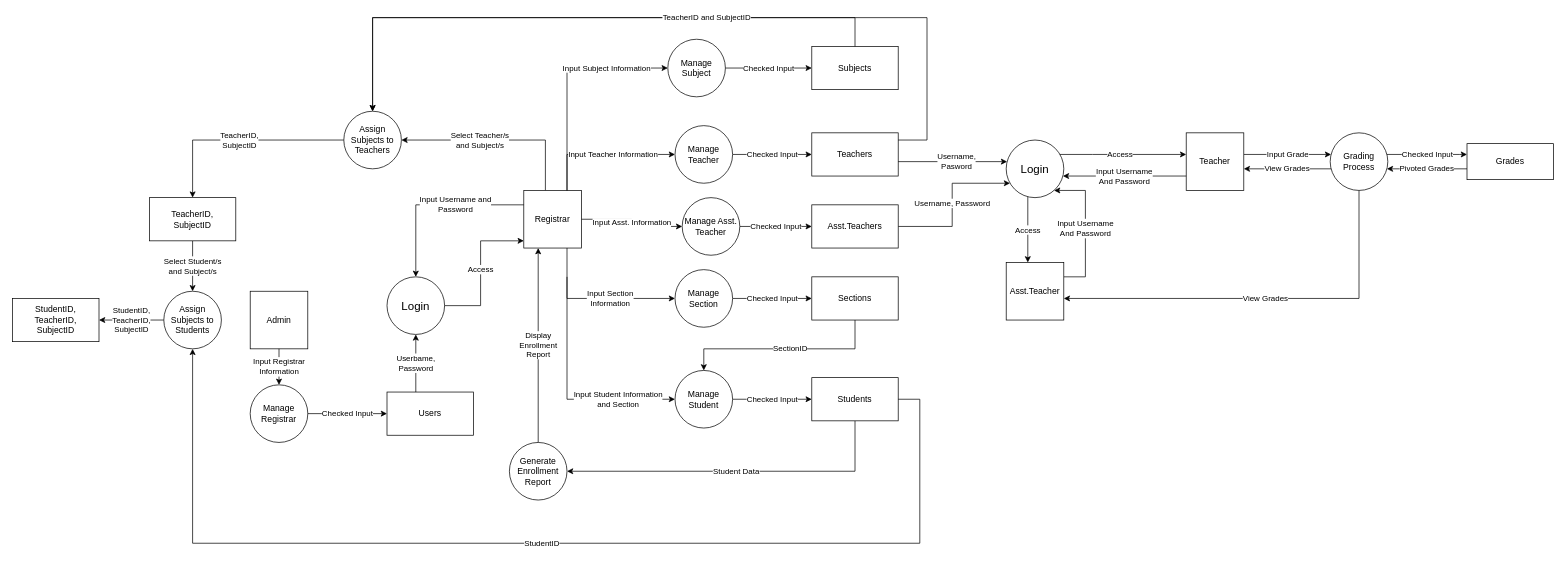
Earlier version of the draw.io diagram page "Data Flow Diagram" (5 of 6) of Documentation/Final_TP.drawio (vibarmiles/Grading-System). Source tidied: cells renumbered, new cells numbered last; positions are measured from the earlier drawing's top-left corner, leaving out a move shared by most shapes. Both pictures are drawn from the tidied source at 72%, with x=0, y=0 at pixel (12, 17).
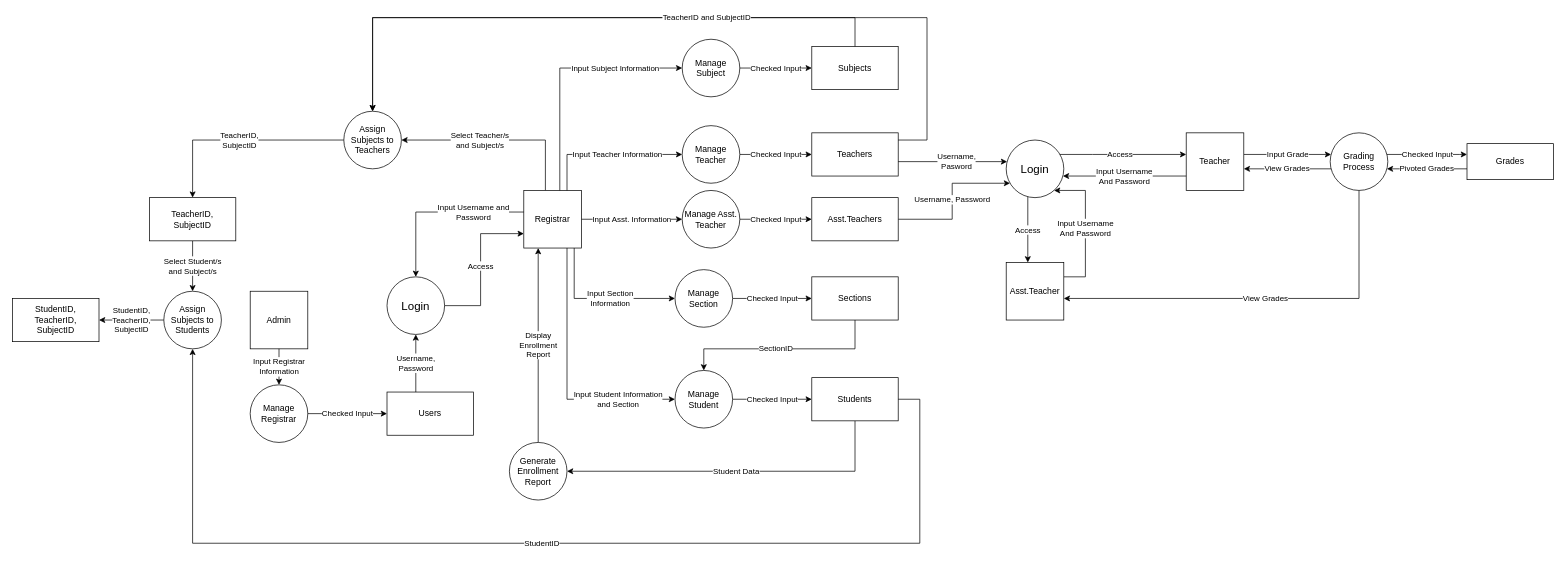
The same diagram, later.

The change refers to these unchanged cells:
```xml
<mxCell id="13" value="Registrar" style="whiteSpace=wrap;html=1;" parent="1" vertex="1">
  <mxGeometry x="710" y="240" width="80" height="80" as="geometry" />
</mxCell>
<mxCell id="23" value="Manage Section" style="ellipse;whiteSpace=wrap;html=1;" parent="1" vertex="1">
  <mxGeometry x="920" y="350" width="80" height="80" as="geometry" />
</mxCell>
<mxCell id="25" value="Manage Student" style="ellipse;whiteSpace=wrap;html=1;" parent="1" vertex="1">
  <mxGeometry x="920" y="490" width="80" height="80" as="geometry" />
</mxCell>
<mxCell id="30" value="Sections" style="whiteSpace=wrap;html=1;" parent="1" vertex="1">
  <mxGeometry x="1110" y="360" width="120" height="60" as="geometry" />
</mxCell>
<mxCell id="42" value="Login" style="ellipse;whiteSpace=wrap;html=1;fontSize=16;" parent="1" vertex="1">
  <mxGeometry x="1380" y="170" width="80" height="80" as="geometry" />
</mxCell>
<mxCell id="52" value="Users" style="whiteSpace=wrap;html=1;" parent="1" vertex="1">
  <mxGeometry x="520" y="520" width="120" height="60" as="geometry" />
</mxCell>
<mxCell id="54" value="Login" style="ellipse;whiteSpace=wrap;html=1;fontSize=16;" parent="1" vertex="1">
  <mxGeometry x="520" y="360" width="80" height="80" as="geometry" />
</mxCell>
```

The edit, as a diff of the source:
```diff
@@
     <mxCell id="12" value="Input Asst. Information" style="edgeStyle=orthogonalEdgeStyle;rounded=0;jettySize=auto;html=1;startArrow=none;startFill=0;endArrow=classic;endFill=1;entryX=0;entryY=0.5;entryDx=0;entryDy=0;" parent="1" edge="1" source="13" target="61">
-      <mxGeometry relative="1" as="geometry" />
+      <mxGeometry relative="1" as="geometry">
+        <Array as="points">
+          <mxPoint x="930" y="280" />
+        </Array>
+      </mxGeometry>
     </mxCell>
@@
     <mxCell id="15" value="Input Subject Information" style="edgeStyle=orthogonalEdgeStyle;rounded=0;jettySize=auto;html=1;entryX=0;entryY=0.5;entryDx=0;entryDy=0;" parent="1" edge="1" source="13" target="21">
       <mxGeometry x="0.45" relative="1" as="geometry">
         <Array as="points">
-          <mxPoint x="770" y="70" />
+          <mxPoint x="760" y="70" />
         </Array>
       </mxGeometry>
     </mxCell>
-    <mxCell id="16" value="Input Section &lt;br&gt;Information" style="rounded=0;jettySize=auto;html=1;edgeStyle=orthogonalEdgeStyle;" parent="1" edge="1" target="23">
-      <mxGeometry relative="1" as="geometry">
-        <mxPoint x="770" y="360" as="sourcePoint" />
+    <mxCell id="16" value="Input Section &lt;br&gt;Information" style="rounded=0;jettySize=auto;html=1;edgeStyle=orthogonalEdgeStyle;" parent="1" edge="1" source="13" target="23">
+      <mxGeometry x="0.14" relative="1" as="geometry">
         <Array as="points">
-          <mxPoint x="770" y="390" />
+          <mxPoint x="780" y="390" />
         </Array>
       </mxGeometry>
     </mxCell>
@@
     <mxCell id="19" value="Manage Teacher" style="ellipse;whiteSpace=wrap;html=1;" parent="1" vertex="1">
-      <mxGeometry x="920" y="150" width="80" height="80" as="geometry" />
+      <mxGeometry x="930" y="150" width="80" height="80" as="geometry" />
     </mxCell>
@@
     <mxCell id="21" value="Manage Subject" style="ellipse;whiteSpace=wrap;html=1;" parent="1" vertex="1">
-      <mxGeometry x="910" y="30" width="80" height="80" as="geometry" />
+      <mxGeometry x="930" y="30" width="80" height="80" as="geometry" />
     </mxCell>
@@
     <mxCell id="41" value="Username, Password" style="edgeStyle=orthogonalEdgeStyle;rounded=0;jettySize=auto;html=1;entryX=1;entryY=0.5;entryDx=0;entryDy=0;startArrow=classic;startFill=1;endArrow=none;endFill=0;" parent="1" edge="1" source="42" target="62">
       <mxGeometry relative="1" as="geometry">
         <Array as="points">
           <mxPoint x="1305" y="230" />
-          <mxPoint x="1305" y="290" />
+          <mxPoint x="1305" y="280" />
         </Array>
       </mxGeometry>
     </mxCell>
@@
     <mxCell id="49" value="SectionID" style="edgeStyle=orthogonalEdgeStyle;rounded=0;jettySize=auto;html=1;" parent="1" edge="1" source="30" target="25">
-      <mxGeometry x="-0.07" relative="1" as="geometry">
+      <mxGeometry x="0.07" relative="1" as="geometry">
         <Array as="points">
           <mxPoint x="1170" y="460" />
           <mxPoint x="960" y="460" />
         </Array>
       </mxGeometry>
     </mxCell>
@@
-    <mxCell id="55" value="Userbame,&lt;br&gt;Password" style="edgeStyle=orthogonalEdgeStyle;rounded=0;jettySize=auto;html=1;endArrow=none;endFill=0;startArrow=classic;startFill=1;" parent="1" edge="1" source="54" target="52">
+    <mxCell id="55" value="Username,&lt;br&gt;Password" style="edgeStyle=orthogonalEdgeStyle;rounded=0;jettySize=auto;html=1;endArrow=none;endFill=0;startArrow=classic;startFill=1;" parent="1" edge="1" source="54" target="52">
       <mxGeometry relative="1" as="geometry">
         <Array as="points">
           <mxPoint x="560" y="470" />
           <mxPoint x="560" y="470" />
         </Array>
       </mxGeometry>
     </mxCell>
     <mxCell id="56" value="Input Username and&lt;br&gt;Password" style="edgeStyle=orthogonalEdgeStyle;rounded=0;jettySize=auto;html=1;" parent="1" edge="1" source="13" target="54">
-      <mxGeometry x="-0.24" relative="1" as="geometry">
+      <mxGeometry x="-0.42" relative="1" as="geometry">
         <Array as="points">
-          <mxPoint x="560" y="260" />
+          <mxPoint x="560" y="270" />
         </Array>
       </mxGeometry>
     </mxCell>
     <mxCell id="57" value="Access" style="edgeStyle=orthogonalEdgeStyle;rounded=0;jettySize=auto;html=1;" parent="1" edge="1" source="54" target="13">
       <mxGeometry relative="1" as="geometry">
         <Array as="points">
           <mxPoint x="650" y="400" />
-          <mxPoint x="650" y="310" />
+          <mxPoint x="650" y="300" />
         </Array>
       </mxGeometry>
     </mxCell>
@@
     <mxCell id="60" value="Checked Input" style="edgeStyle=orthogonalEdgeStyle;rounded=0;jettySize=auto;html=1;startArrow=none;startFill=0;endArrow=classic;endFill=1;" parent="1" edge="1" source="61" target="62">
-      <mxGeometry relative="1" as="geometry" />
+      <mxGeometry relative="1" as="geometry">
+        <Array as="points">
+          <mxPoint x="1090" y="280" />
+          <mxPoint x="1090" y="280" />
+        </Array>
+      </mxGeometry>
     </mxCell>
     <mxCell id="61" value="Manage Asst. Teacher" style="ellipse;whiteSpace=wrap;html=1;" parent="1" vertex="1">
-      <mxGeometry x="930" y="250" width="80" height="80" as="geometry" />
+      <mxGeometry x="930" y="240" width="80" height="80" as="geometry" />
     </mxCell>
     <mxCell id="62" value="Asst.Teachers" style="whiteSpace=wrap;html=1;" parent="1" vertex="1">
-      <mxGeometry x="1110" y="260" width="120" height="60" as="geometry" />
+      <mxGeometry x="1110" y="250" width="120" height="60" as="geometry" />
     </mxCell>
```
